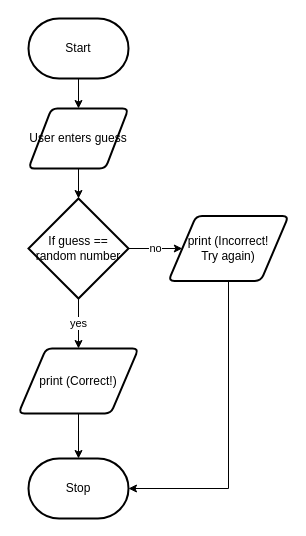
Above: flowchart.drawio in joannesanthosh/ICS3U-Unit3-03-Python (draw.io), before the change. Source tidied: cells renumbered, new cells numbered last; positions are measured from the earlier drawing's top-left corner, leaving out a move shared by most shapes. Both pictures are drawn from the tidied source at 100%, with x=0, y=0 at pixel (18, 18).
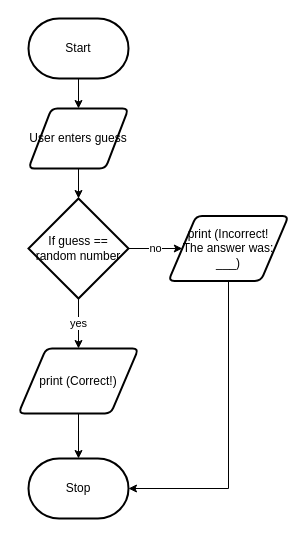
The same page after the edit.

Diff of the diagram source:
```diff
@@
 <mxGraphModel>
   <root>
     <mxCell id="0" />
     <mxCell id="1" parent="0" />
     <mxCell id="2" style="edgeStyle=none;html=1;exitX=0.5;exitY=1;exitDx=0;exitDy=0;exitPerimeter=0;entryX=0.5;entryY=0;entryDx=0;entryDy=0;" parent="1" edge="1" source="3" target="5">
       <mxGeometry relative="1" as="geometry" />
     </mxCell>
     <mxCell id="3" value="Start" style="strokeWidth=2;html=1;shape=mxgraph.flowchart.terminator;whiteSpace=wrap;" parent="1" vertex="1">
       <mxGeometry x="10" width="100" height="60" as="geometry" />
     </mxCell>
     <mxCell id="4" style="edgeStyle=none;html=1;exitX=0.5;exitY=1;exitDx=0;exitDy=0;entryX=0.5;entryY=0;entryDx=0;entryDy=0;entryPerimeter=0;" parent="1" edge="1" source="5" target="8">
       <mxGeometry relative="1" as="geometry" />
     </mxCell>
     <mxCell id="5" value="User enters guess" style="shape=parallelogram;html=1;strokeWidth=2;perimeter=parallelogramPerimeter;whiteSpace=wrap;rounded=1;arcSize=12;size=0.23;" parent="1" vertex="1">
       <mxGeometry x="10" y="90" width="100" height="60" as="geometry" />
     </mxCell>
     <mxCell id="6" value="no" style="edgeStyle=none;html=1;exitX=1;exitY=0.5;exitDx=0;exitDy=0;exitPerimeter=0;entryX=0;entryY=0.5;entryDx=0;entryDy=0;" parent="1" edge="1" source="8" target="10">
       <mxGeometry relative="1" as="geometry" />
     </mxCell>
     <mxCell id="7" value="yes" style="edgeStyle=none;html=1;exitX=0.5;exitY=1;exitDx=0;exitDy=0;exitPerimeter=0;entryX=0.5;entryY=0;entryDx=0;entryDy=0;" parent="1" edge="1" source="8" target="12">
       <mxGeometry relative="1" as="geometry" />
     </mxCell>
     <mxCell id="8" value="If guess == random number" style="strokeWidth=2;html=1;shape=mxgraph.flowchart.decision;whiteSpace=wrap;" parent="1" vertex="1">
       <mxGeometry x="10" y="180" width="100" height="100" as="geometry" />
     </mxCell>
     <mxCell id="9" style="edgeStyle=orthogonalEdgeStyle;html=1;exitX=0.5;exitY=1;exitDx=0;exitDy=0;entryX=1;entryY=0.5;entryDx=0;entryDy=0;entryPerimeter=0;rounded=0;" parent="1" edge="1" source="10" target="13">
       <mxGeometry relative="1" as="geometry" />
     </mxCell>
-    <mxCell id="10" value="print (Incorrect! &lt;br&gt;Try again)" style="shape=parallelogram;html=1;strokeWidth=2;perimeter=parallelogramPerimeter;whiteSpace=wrap;rounded=1;arcSize=12;size=0.23;" parent="1" vertex="1">
+    <mxCell id="10" value="print (Incorrect! &lt;br&gt;The answer was: ___)" style="shape=parallelogram;html=1;strokeWidth=2;perimeter=parallelogramPerimeter;whiteSpace=wrap;rounded=1;arcSize=12;size=0.23;" parent="1" vertex="1">
       <mxGeometry x="150" y="197.5" width="120" height="65" as="geometry" />
     </mxCell>
     <mxCell id="11" style="edgeStyle=none;html=1;exitX=0.5;exitY=1;exitDx=0;exitDy=0;entryX=0.5;entryY=0;entryDx=0;entryDy=0;entryPerimeter=0;" parent="1" edge="1" source="12" target="13">
       <mxGeometry relative="1" as="geometry" />
     </mxCell>
     <mxCell id="12" value="print (Correct!)" style="shape=parallelogram;html=1;strokeWidth=2;perimeter=parallelogramPerimeter;whiteSpace=wrap;rounded=1;arcSize=12;size=0.23;" parent="1" vertex="1">
       <mxGeometry y="330" width="120" height="65" as="geometry" />
     </mxCell>
     <mxCell id="13" value="Stop" style="strokeWidth=2;html=1;shape=mxgraph.flowchart.terminator;whiteSpace=wrap;" parent="1" vertex="1">
       <mxGeometry x="10" y="440" width="100" height="60" as="geometry" />
     </mxCell>
   </root>
 </mxGraphModel>
```
